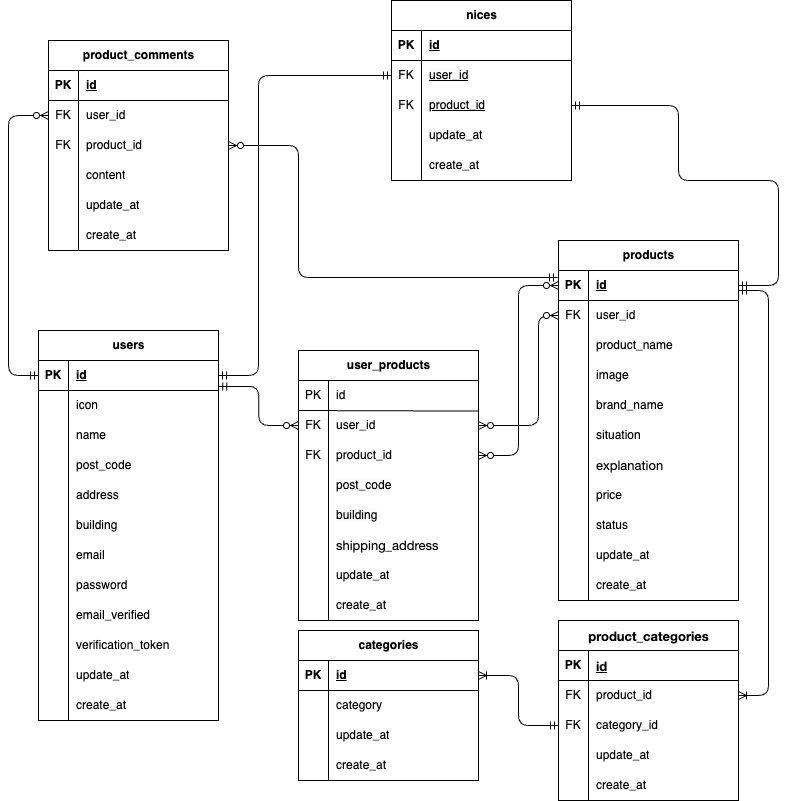
This is src/database/erd/.drawio.png from tokisiro/coachfleamart, a draw.io export, as it was before one commit. Source tidied: cells renumbered, new cells last; positions are measured from the earlier drawing's top-left corner, leaving out a move shared by most shapes.
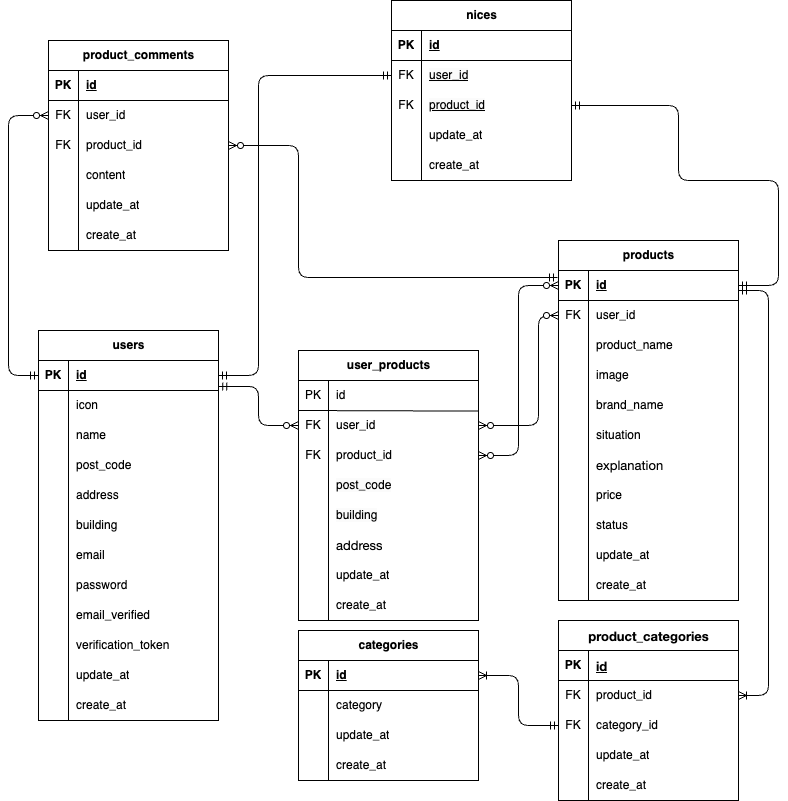
The same diagram one commit later.

What changed in the source:
```diff
@@ -56,7 +56,7 @@
     <mxCell id="19" style="shape=partialRectangle;fillColor=none;top=0;left=0;bottom=0;right=0;overflow=hidden;whiteSpace=wrap;html=1;" parent="18" vertex="1">
       <mxGeometry width="30" height="30" as="geometry" />
     </mxCell>
-    <mxCell id="20" value="&lt;p style=&quot;margin: 0px; font-variant-numeric: normal; font-variant-east-asian: normal; font-variant-alternates: normal; font-size-adjust: none; font-kerning: auto; font-optical-sizing: auto; font-feature-settings: normal; font-variation-settings: normal; font-variant-position: normal; font-variant-emoji: normal; font-stretch: normal; font-size: 13px; line-height: normal; font-family: &amp;quot;Helvetica Neue&amp;quot;; color: rgb(0, 0, 0);&quot; class=&quot;p1&quot;&gt;shipping_address&lt;/p&gt;" style="shape=partialRectangle;fillColor=none;top=0;left=0;bottom=0;right=0;align=left;spacingLeft=6;overflow=hidden;whiteSpace=wrap;html=1;" parent="18" vertex="1">
+    <mxCell id="20" value="&lt;p style=&quot;margin: 0px; font-variant-numeric: normal; font-variant-east-asian: normal; font-variant-alternates: normal; font-size-adjust: none; font-kerning: auto; font-optical-sizing: auto; font-feature-settings: normal; font-variation-settings: normal; font-variant-position: normal; font-variant-emoji: normal; font-stretch: normal; font-size: 13px; line-height: normal; font-family: &amp;quot;Helvetica Neue&amp;quot;; color: rgb(0, 0, 0);&quot; class=&quot;p1&quot;&gt;address&lt;/p&gt;" style="shape=partialRectangle;fillColor=none;top=0;left=0;bottom=0;right=0;align=left;spacingLeft=6;overflow=hidden;whiteSpace=wrap;html=1;" parent="18" vertex="1">
       <mxGeometry x="30" width="150" height="30" as="geometry" />
     </mxCell>
     <mxCell id="21" style="shape=tableRow;horizontal=0;startSize=0;swimlaneHead=0;swimlaneBody=0;fillColor=none;top=0;left=0;right=0;bottom=0;" parent="2" vertex="1">
```
